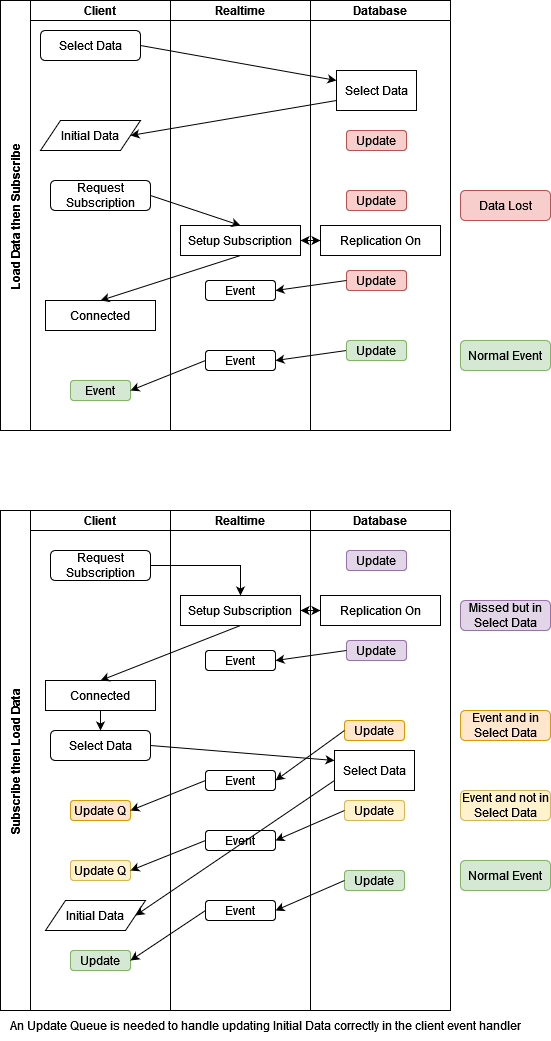
The draw.io diagram RealtimeFlow.drawio.png in GaryAustin1/Realtime2, before a commit. Source tidied: cells renumbered, new cells last; positions are measured from the earlier drawing's top-left corner, leaving out a move shared by most shapes. Source of this version:
```xml
<mxGraphModel>
  <root>
    <mxCell id="0" />
    <mxCell id="1" parent="0" />
    <mxCell id="2" value="Load Data then Subscribe " style="swimlane;startSize=30;horizontal=0;" parent="1" vertex="1">
      <mxGeometry width="170" height="430" as="geometry" />
    </mxCell>
    <mxCell id="3" value="Client" style="swimlane;startSize=20;" parent="2" vertex="1">
      <mxGeometry x="30" width="140" height="430" as="geometry" />
    </mxCell>
    <mxCell id="4" value="Select Data" style="rounded=1;whiteSpace=wrap;html=1;" parent="3" vertex="1">
      <mxGeometry x="10" y="30" width="100" height="30" as="geometry" />
    </mxCell>
    <mxCell id="5" value="Initial Data" style="shape=parallelogram;perimeter=parallelogramPerimeter;whiteSpace=wrap;html=1;fixedSize=1;" parent="3" vertex="1">
      <mxGeometry x="10" y="120" width="100" height="30" as="geometry" />
    </mxCell>
    <mxCell id="6" value="Request Subscription" style="rounded=1;whiteSpace=wrap;html=1;" parent="3" vertex="1">
      <mxGeometry x="20" y="180" width="100" height="30" as="geometry" />
    </mxCell>
    <mxCell id="7" value="Connected" style="rounded=0;whiteSpace=wrap;html=1;" parent="3" vertex="1">
      <mxGeometry x="15" y="300" width="110" height="30" as="geometry" />
    </mxCell>
    <mxCell id="8" value="Event" style="rounded=1;whiteSpace=wrap;html=1;fillColor=#d5e8d4;strokeColor=#82b366;" parent="3" vertex="1">
      <mxGeometry x="40" y="380" width="60" height="20" as="geometry" />
    </mxCell>
    <mxCell id="9" style="endArrow=classic;html=1;rounded=0;exitX=0;exitY=0.5;exitDx=0;exitDy=0;entryX=1;entryY=0.5;entryDx=0;entryDy=0;" parent="1" edge="1" source="59" target="65">
      <mxGeometry relative="1" as="geometry" />
    </mxCell>
    <mxCell id="10" value="Subscribe then Load Data" style="swimlane;startSize=30;horizontal=0;" parent="1" vertex="1">
      <mxGeometry y="510" width="170" height="500" as="geometry" />
    </mxCell>
    <mxCell id="11" value="Client" style="swimlane;startSize=20;" parent="10" vertex="1">
      <mxGeometry x="30" width="140" height="500" as="geometry" />
    </mxCell>
    <mxCell id="12" value="Select Data" style="rounded=1;whiteSpace=wrap;html=1;" parent="11" vertex="1">
      <mxGeometry x="20" y="220" width="100" height="30" as="geometry" />
    </mxCell>
    <mxCell id="13" value="Initial Data" style="shape=parallelogram;perimeter=parallelogramPerimeter;whiteSpace=wrap;html=1;fixedSize=1;" parent="11" vertex="1">
      <mxGeometry x="15" y="390" width="100" height="30" as="geometry" />
    </mxCell>
    <mxCell id="14" value="Request Subscription" style="rounded=1;whiteSpace=wrap;html=1;" parent="11" vertex="1">
      <mxGeometry x="20" y="40" width="100" height="30" as="geometry" />
    </mxCell>
    <mxCell id="15" value="Connected" style="rounded=0;whiteSpace=wrap;html=1;" parent="11" vertex="1">
      <mxGeometry x="15" y="170" width="110" height="30" as="geometry" />
    </mxCell>
    <mxCell id="16" value="Update" style="rounded=1;whiteSpace=wrap;html=1;fillColor=#d5e8d4;strokeColor=#82b366;" parent="11" vertex="1">
      <mxGeometry x="40" y="440" width="60" height="20" as="geometry" />
    </mxCell>
    <mxCell id="17" value="Update Q" style="rounded=1;whiteSpace=wrap;html=1;fillColor=#ffe6cc;strokeColor=#d79b00;" parent="11" vertex="1">
      <mxGeometry x="40" y="290" width="60" height="20" as="geometry" />
    </mxCell>
    <mxCell id="18" value="Update Q" style="rounded=1;whiteSpace=wrap;html=1;fillColor=#fff2cc;strokeColor=#d6b656;" parent="11" vertex="1">
      <mxGeometry x="40" y="350" width="60" height="20" as="geometry" />
    </mxCell>
    <mxCell id="19" style="endArrow=classic;html=1;rounded=0;entryX=0.5;entryY=0;entryDx=0;entryDy=0;exitX=0.5;exitY=1;exitDx=0;exitDy=0;" parent="11" edge="1" source="15" target="12">
      <mxGeometry relative="1" as="geometry" />
    </mxCell>
    <mxCell id="20" style="endArrow=classic;html=1;rounded=0;entryX=1;entryY=0.5;entryDx=0;entryDy=0;exitX=0;exitY=0.5;exitDx=0;exitDy=0;" parent="1" edge="1" source="24" target="18">
      <mxGeometry relative="1" as="geometry" />
    </mxCell>
    <mxCell id="21" value="Realtime" style="swimlane;startSize=20;" parent="1" vertex="1">
      <mxGeometry x="170" y="510" width="140" height="500" as="geometry" />
    </mxCell>
    <mxCell id="22" value="Setup Subscription" style="rounded=0;whiteSpace=wrap;html=1;" parent="21" vertex="1">
      <mxGeometry x="10" y="85" width="120" height="30" as="geometry" />
    </mxCell>
    <mxCell id="23" value="Event" style="rounded=1;whiteSpace=wrap;html=1;" parent="21" vertex="1">
      <mxGeometry x="35" y="140" width="70" height="20" as="geometry" />
    </mxCell>
    <mxCell id="24" value="Event" style="rounded=1;whiteSpace=wrap;html=1;" parent="21" vertex="1">
      <mxGeometry x="35" y="320" width="70" height="20" as="geometry" />
    </mxCell>
    <mxCell id="25" value="Event" style="rounded=1;whiteSpace=wrap;html=1;" parent="21" vertex="1">
      <mxGeometry x="35" y="260" width="70" height="20" as="geometry" />
    </mxCell>
    <mxCell id="26" value="Event" style="rounded=1;whiteSpace=wrap;html=1;" parent="21" vertex="1">
      <mxGeometry x="35" y="390" width="70" height="20" as="geometry" />
    </mxCell>
    <mxCell id="27" style="edgeStyle=orthogonalEdgeStyle;rounded=0;jettySize=auto;html=1;entryX=0.5;entryY=0;entryDx=0;entryDy=0;" parent="1" edge="1" source="14" target="22">
      <mxGeometry relative="1" as="geometry" />
    </mxCell>
    <mxCell id="28" style="endArrow=classic;html=1;rounded=0;exitX=0.5;exitY=1;exitDx=0;exitDy=0;entryX=0.5;entryY=0;entryDx=0;entryDy=0;" parent="1" edge="1" source="22" target="15">
      <mxGeometry relative="1" as="geometry" />
    </mxCell>
    <mxCell id="29" style="endArrow=classic;html=1;rounded=0;exitX=0;exitY=0.5;exitDx=0;exitDy=0;entryX=1;entryY=0.5;entryDx=0;entryDy=0;" parent="1" edge="1" source="25" target="17">
      <mxGeometry relative="1" as="geometry" />
    </mxCell>
    <mxCell id="30" style="endArrow=classic;html=1;rounded=0;entryX=1;entryY=0.5;entryDx=0;entryDy=0;exitX=0;exitY=0.75;exitDx=0;exitDy=0;" parent="1" edge="1" source="33" target="13">
      <mxGeometry relative="1" as="geometry" />
    </mxCell>
    <mxCell id="31" style="endArrow=classic;html=1;rounded=0;exitX=1;exitY=0.5;exitDx=0;exitDy=0;entryX=0;entryY=0.25;entryDx=0;entryDy=0;" parent="1" edge="1" source="12" target="33">
      <mxGeometry relative="1" as="geometry" />
    </mxCell>
    <mxCell id="32" value="Database" style="swimlane;startSize=20;" parent="1" vertex="1">
      <mxGeometry x="310" y="510" width="140" height="500" as="geometry" />
    </mxCell>
    <mxCell id="33" value="Select Data" style="rounded=0;whiteSpace=wrap;html=1;" parent="32" vertex="1">
      <mxGeometry x="24" y="240" width="80" height="40" as="geometry" />
    </mxCell>
    <mxCell id="34" value="Update" style="rounded=1;whiteSpace=wrap;html=1;fillColor=#e1d5e7;strokeColor=#9673a6;" parent="32" vertex="1">
      <mxGeometry x="36" y="130" width="60" height="20" as="geometry" />
    </mxCell>
    <mxCell id="35" value="Replication On" style="rounded=0;whiteSpace=wrap;html=1;" parent="32" vertex="1">
      <mxGeometry x="10" y="85" width="120" height="30" as="geometry" />
    </mxCell>
    <mxCell id="36" value="Update" style="rounded=1;whiteSpace=wrap;html=1;fillColor=#d5e8d4;strokeColor=#82b366;" parent="32" vertex="1">
      <mxGeometry x="34" y="360" width="60" height="20" as="geometry" />
    </mxCell>
    <mxCell id="37" value="Update" style="rounded=1;whiteSpace=wrap;html=1;fillColor=#e1d5e7;strokeColor=#9673a6;" parent="32" vertex="1">
      <mxGeometry x="36" y="40" width="60" height="20" as="geometry" />
    </mxCell>
    <mxCell id="38" value="Update" style="rounded=1;whiteSpace=wrap;html=1;fillColor=#ffe6cc;strokeColor=#d79b00;" parent="32" vertex="1">
      <mxGeometry x="34" y="210" width="60" height="20" as="geometry" />
    </mxCell>
    <mxCell id="39" value="Update" style="rounded=1;whiteSpace=wrap;html=1;fillColor=#fff2cc;strokeColor=#d6b656;" parent="32" vertex="1">
      <mxGeometry x="34" y="290" width="60" height="20" as="geometry" />
    </mxCell>
    <mxCell id="40" style="endArrow=classic;html=1;rounded=0;exitX=0;exitY=0.5;exitDx=0;exitDy=0;entryX=1;entryY=0.5;entryDx=0;entryDy=0;" parent="1" edge="1" source="34" target="23">
      <mxGeometry relative="1" as="geometry" />
    </mxCell>
    <mxCell id="41" style="endArrow=classic;startArrow=classic;html=1;rounded=0;exitX=1;exitY=0.5;exitDx=0;exitDy=0;entryX=0;entryY=0.5;entryDx=0;entryDy=0;" parent="1" edge="1" source="22" target="35">
      <mxGeometry relative="1" as="geometry" />
    </mxCell>
    <mxCell id="42" style="endArrow=classic;html=1;rounded=0;exitX=0;exitY=0.5;exitDx=0;exitDy=0;entryX=1;entryY=0.5;entryDx=0;entryDy=0;" parent="1" edge="1" source="38" target="25">
      <mxGeometry relative="1" as="geometry" />
    </mxCell>
    <mxCell id="43" style="endArrow=classic;html=1;rounded=0;exitX=0;exitY=0.5;exitDx=0;exitDy=0;entryX=1;entryY=0.5;entryDx=0;entryDy=0;" parent="1" edge="1" source="39" target="24">
      <mxGeometry relative="1" as="geometry" />
    </mxCell>
    <mxCell id="44" style="endArrow=classic;html=1;rounded=0;exitX=0;exitY=0.5;exitDx=0;exitDy=0;entryX=1;entryY=0.5;entryDx=0;entryDy=0;" parent="1" edge="1" source="36" target="26">
      <mxGeometry relative="1" as="geometry" />
    </mxCell>
    <mxCell id="45" style="endArrow=classic;html=1;rounded=0;exitX=0;exitY=0.5;exitDx=0;exitDy=0;entryX=1;entryY=0.5;entryDx=0;entryDy=0;" parent="1" edge="1" source="26" target="16">
      <mxGeometry relative="1" as="geometry" />
    </mxCell>
    <mxCell id="46" value="Missed but in Select Data" style="rounded=1;whiteSpace=wrap;html=1;fillColor=#e1d5e7;strokeColor=#9673a6;" parent="1" vertex="1">
      <mxGeometry x="460" y="600" width="90" height="30" as="geometry" />
    </mxCell>
    <mxCell id="47" value="Event and in Select Data" style="rounded=1;whiteSpace=wrap;html=1;fillColor=#ffe6cc;strokeColor=#d79b00;" parent="1" vertex="1">
      <mxGeometry x="460" y="710" width="90" height="30" as="geometry" />
    </mxCell>
    <mxCell id="48" value="Event and not in Select Data" style="rounded=1;whiteSpace=wrap;html=1;fillColor=#fff2cc;strokeColor=#d6b656;" parent="1" vertex="1">
      <mxGeometry x="460" y="790" width="90" height="30" as="geometry" />
    </mxCell>
    <mxCell id="49" value="&lt;div&gt;Normal Event&lt;/div&gt;" style="rounded=1;whiteSpace=wrap;html=1;fillColor=#d5e8d4;strokeColor=#82b366;" parent="1" vertex="1">
      <mxGeometry x="460" y="860" width="90" height="30" as="geometry" />
    </mxCell>
    <mxCell id="50" style="endArrow=classic;html=1;rounded=0;exitX=1;exitY=0.5;exitDx=0;exitDy=0;entryX=0;entryY=0.25;entryDx=0;entryDy=0;" parent="1" edge="1" source="4" target="54">
      <mxGeometry relative="1" as="geometry" />
    </mxCell>
    <mxCell id="51" style="endArrow=classic;html=1;rounded=0;entryX=1;entryY=0.5;entryDx=0;entryDy=0;exitX=0;exitY=0.75;exitDx=0;exitDy=0;" parent="1" edge="1" source="54" target="5">
      <mxGeometry relative="1" as="geometry" />
    </mxCell>
    <mxCell id="52" style="endArrow=classic;html=1;rounded=0;exitX=0.5;exitY=1;exitDx=0;exitDy=0;entryX=0.5;entryY=0;entryDx=0;entryDy=0;" parent="1" edge="1" source="63" target="7">
      <mxGeometry relative="1" as="geometry" />
    </mxCell>
    <mxCell id="53" value="Database" style="swimlane;startSize=20;" parent="1" vertex="1">
      <mxGeometry x="310" width="140" height="430" as="geometry" />
    </mxCell>
    <mxCell id="54" value="Select Data" style="rounded=0;whiteSpace=wrap;html=1;" parent="53" vertex="1">
      <mxGeometry x="26" y="70" width="80" height="40" as="geometry" />
    </mxCell>
    <mxCell id="55" value="Update" style="rounded=1;whiteSpace=wrap;html=1;fillColor=#f8cecc;strokeColor=#b85450;" parent="53" vertex="1">
      <mxGeometry x="36" y="130" width="60" height="20" as="geometry" />
    </mxCell>
    <mxCell id="56" value="Update" style="rounded=1;whiteSpace=wrap;html=1;fillColor=#f8cecc;strokeColor=#b85450;" parent="53" vertex="1">
      <mxGeometry x="36" y="190" width="60" height="20" as="geometry" />
    </mxCell>
    <mxCell id="57" value="Update" style="rounded=1;whiteSpace=wrap;html=1;fillColor=#f8cecc;strokeColor=#b85450;" parent="53" vertex="1">
      <mxGeometry x="36" y="270" width="60" height="20" as="geometry" />
    </mxCell>
    <mxCell id="58" value="Replication On" style="rounded=0;whiteSpace=wrap;html=1;" parent="53" vertex="1">
      <mxGeometry x="10" y="225" width="120" height="30" as="geometry" />
    </mxCell>
    <mxCell id="59" value="Update" style="rounded=1;whiteSpace=wrap;html=1;fillColor=#d5e8d4;strokeColor=#82b366;" parent="53" vertex="1">
      <mxGeometry x="36" y="340" width="60" height="20" as="geometry" />
    </mxCell>
    <mxCell id="60" style="endArrow=classic;html=1;rounded=0;exitX=0;exitY=0.5;exitDx=0;exitDy=0;entryX=1;entryY=0.5;entryDx=0;entryDy=0;" parent="1" edge="1" source="57" target="64">
      <mxGeometry relative="1" as="geometry" />
    </mxCell>
    <mxCell id="61" style="endArrow=classic;startArrow=classic;html=1;rounded=0;exitX=1;exitY=0.5;exitDx=0;exitDy=0;entryX=0;entryY=0.5;entryDx=0;entryDy=0;" parent="1" edge="1" source="63" target="58">
      <mxGeometry relative="1" as="geometry" />
    </mxCell>
    <mxCell id="62" value="Realtime" style="swimlane;startSize=20;" parent="1" vertex="1">
      <mxGeometry x="170" width="140" height="430" as="geometry" />
    </mxCell>
    <mxCell id="63" value="Setup Subscription" style="rounded=0;whiteSpace=wrap;html=1;" parent="62" vertex="1">
      <mxGeometry x="10" y="225" width="120" height="30" as="geometry" />
    </mxCell>
    <mxCell id="64" value="Event" style="rounded=1;whiteSpace=wrap;html=1;" parent="62" vertex="1">
      <mxGeometry x="35" y="280" width="70" height="20" as="geometry" />
    </mxCell>
    <mxCell id="65" value="Event" style="rounded=1;whiteSpace=wrap;html=1;" parent="62" vertex="1">
      <mxGeometry x="35" y="350" width="70" height="20" as="geometry" />
    </mxCell>
    <mxCell id="66" style="endArrow=classic;html=1;rounded=0;exitX=1;exitY=0.5;exitDx=0;exitDy=0;entryX=0.5;entryY=0;entryDx=0;entryDy=0;" parent="1" edge="1" source="6" target="63">
      <mxGeometry relative="1" as="geometry" />
    </mxCell>
    <mxCell id="67" style="endArrow=classic;html=1;rounded=0;exitX=0;exitY=0.5;exitDx=0;exitDy=0;entryX=1;entryY=0.5;entryDx=0;entryDy=0;" parent="1" edge="1" source="65" target="8">
      <mxGeometry relative="1" as="geometry" />
    </mxCell>
    <mxCell id="68" value="Data Lost" style="rounded=1;whiteSpace=wrap;html=1;fillColor=#f8cecc;strokeColor=#b85450;" parent="1" vertex="1">
      <mxGeometry x="460" y="190" width="90" height="30" as="geometry" />
    </mxCell>
    <mxCell id="69" value="&lt;div&gt;Normal Event&lt;/div&gt;" style="rounded=1;whiteSpace=wrap;html=1;fillColor=#d5e8d4;strokeColor=#82b366;" parent="1" vertex="1">
      <mxGeometry x="460" y="340" width="90" height="30" as="geometry" />
    </mxCell>
    <mxCell id="70" value="An Update Queue is needed to handle updating Initial Data correctly in the client event handler" style="text;strokeColor=none;align=center;fillColor=none;html=1;verticalAlign=middle;whiteSpace=wrap;rounded=0;" parent="1" vertex="1">
      <mxGeometry y="1010" width="530" height="30" as="geometry" />
    </mxCell>
  </root>
</mxGraphModel>
```
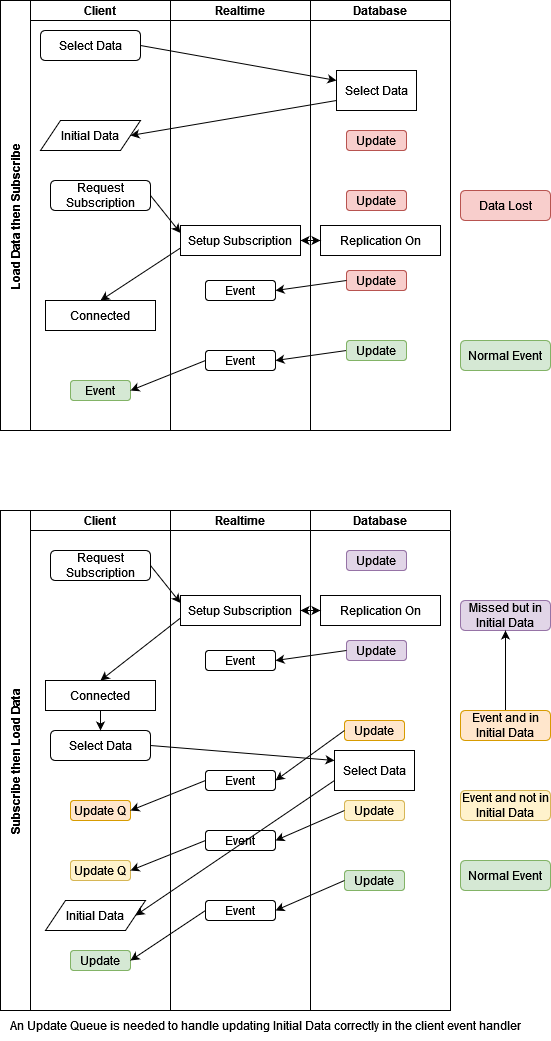
The same diagram one commit later.

What changed in the source:
```diff
@@ -77,10 +77,7 @@
     <mxCell id="26" value="Event" style="rounded=1;whiteSpace=wrap;html=1;" parent="21" vertex="1">
       <mxGeometry x="35" y="390" width="70" height="20" as="geometry" />
     </mxCell>
-    <mxCell id="27" style="edgeStyle=orthogonalEdgeStyle;rounded=0;jettySize=auto;html=1;entryX=0.5;entryY=0;entryDx=0;entryDy=0;" parent="1" edge="1" source="14" target="22">
-      <mxGeometry relative="1" as="geometry" />
-    </mxCell>
-    <mxCell id="28" style="endArrow=classic;html=1;rounded=0;exitX=0.5;exitY=1;exitDx=0;exitDy=0;entryX=0.5;entryY=0;entryDx=0;entryDy=0;" parent="1" edge="1" source="22" target="15">
+    <mxCell id="28" style="endArrow=classic;html=1;rounded=0;exitX=0;exitY=0.75;exitDx=0;exitDy=0;entryX=0.5;entryY=0;entryDx=0;entryDy=0;" parent="1" edge="1" source="22" target="15">
       <mxGeometry relative="1" as="geometry" />
     </mxCell>
     <mxCell id="29" style="endArrow=classic;html=1;rounded=0;exitX=0;exitY=0.5;exitDx=0;exitDy=0;entryX=1;entryY=0.5;entryDx=0;entryDy=0;" parent="1" edge="1" source="25" target="17">
@@ -134,13 +131,16 @@
     <mxCell id="45" style="endArrow=classic;html=1;rounded=0;exitX=0;exitY=0.5;exitDx=0;exitDy=0;entryX=1;entryY=0.5;entryDx=0;entryDy=0;" parent="1" edge="1" source="26" target="16">
       <mxGeometry relative="1" as="geometry" />
     </mxCell>
-    <mxCell id="46" value="Missed but in Select Data" style="rounded=1;whiteSpace=wrap;html=1;fillColor=#e1d5e7;strokeColor=#9673a6;" parent="1" vertex="1">
+    <mxCell id="46" value="Missed but in Initial Data" style="rounded=1;whiteSpace=wrap;html=1;fillColor=#e1d5e7;strokeColor=#9673a6;" parent="1" vertex="1">
       <mxGeometry x="460" y="600" width="90" height="30" as="geometry" />
     </mxCell>
+    <mxCell id="71" style="edgeStyle=orthogonalEdgeStyle;rounded=0;jettySize=auto;html=1;" parent="1" edge="1" source="47" target="46">
+      <mxGeometry relative="1" as="geometry" />
+    </mxCell>
-    <mxCell id="47" value="Event and in Select Data" style="rounded=1;whiteSpace=wrap;html=1;fillColor=#ffe6cc;strokeColor=#d79b00;" parent="1" vertex="1">
+    <mxCell id="47" value="Event and in Initial Data" style="rounded=1;whiteSpace=wrap;html=1;fillColor=#ffe6cc;strokeColor=#d79b00;" parent="1" vertex="1">
       <mxGeometry x="460" y="710" width="90" height="30" as="geometry" />
     </mxCell>
-    <mxCell id="48" value="Event and not in Select Data" style="rounded=1;whiteSpace=wrap;html=1;fillColor=#fff2cc;strokeColor=#d6b656;" parent="1" vertex="1">
+    <mxCell id="48" value="Event and not in Initial Data" style="rounded=1;whiteSpace=wrap;html=1;fillColor=#fff2cc;strokeColor=#d6b656;" parent="1" vertex="1">
       <mxGeometry x="460" y="790" width="90" height="30" as="geometry" />
     </mxCell>
     <mxCell id="49" value="&lt;div&gt;Normal Event&lt;/div&gt;" style="rounded=1;whiteSpace=wrap;html=1;fillColor=#d5e8d4;strokeColor=#82b366;" parent="1" vertex="1">
@@ -152,7 +152,7 @@
     <mxCell id="51" style="endArrow=classic;html=1;rounded=0;entryX=1;entryY=0.5;entryDx=0;entryDy=0;exitX=0;exitY=0.75;exitDx=0;exitDy=0;" parent="1" edge="1" source="54" target="5">
       <mxGeometry relative="1" as="geometry" />
     </mxCell>
-    <mxCell id="52" style="endArrow=classic;html=1;rounded=0;exitX=0.5;exitY=1;exitDx=0;exitDy=0;entryX=0.5;entryY=0;entryDx=0;entryDy=0;" parent="1" edge="1" source="63" target="7">
+    <mxCell id="52" style="endArrow=classic;html=1;rounded=0;exitX=0;exitY=0.75;exitDx=0;exitDy=0;entryX=0.5;entryY=0;entryDx=0;entryDy=0;" parent="1" edge="1" source="63" target="7">
       <mxGeometry relative="1" as="geometry" />
     </mxCell>
     <mxCell id="53" value="Database" style="swimlane;startSize=20;" parent="1" vertex="1">
@@ -194,7 +194,7 @@
     <mxCell id="65" value="Event" style="rounded=1;whiteSpace=wrap;html=1;" parent="62" vertex="1">
       <mxGeometry x="35" y="350" width="70" height="20" as="geometry" />
     </mxCell>
-    <mxCell id="66" style="endArrow=classic;html=1;rounded=0;exitX=1;exitY=0.5;exitDx=0;exitDy=0;entryX=0.5;entryY=0;entryDx=0;entryDy=0;" parent="1" edge="1" source="6" target="63">
+    <mxCell id="66" style="endArrow=classic;html=1;rounded=0;exitX=1;exitY=0.5;exitDx=0;exitDy=0;entryX=0;entryY=0.25;entryDx=0;entryDy=0;" parent="1" edge="1" source="6" target="63">
       <mxGeometry relative="1" as="geometry" />
     </mxCell>
     <mxCell id="67" style="endArrow=classic;html=1;rounded=0;exitX=0;exitY=0.5;exitDx=0;exitDy=0;entryX=1;entryY=0.5;entryDx=0;entryDy=0;" parent="1" edge="1" source="65" target="8">
@@ -209,5 +209,8 @@
     <mxCell id="70" value="An Update Queue is needed to handle updating Initial Data correctly in the client event handler" style="text;strokeColor=none;align=center;fillColor=none;html=1;verticalAlign=middle;whiteSpace=wrap;rounded=0;" parent="1" vertex="1">
       <mxGeometry y="1010" width="530" height="30" as="geometry" />
     </mxCell>
+    <mxCell id="27" style="endArrow=classic;html=1;rounded=0;entryX=0;entryY=0.25;entryDx=0;entryDy=0;exitX=1;exitY=0.5;exitDx=0;exitDy=0;" parent="1" edge="1" source="14" target="22">
+      <mxGeometry relative="1" as="geometry" />
+    </mxCell>
   </root>
 </mxGraphModel>
```
